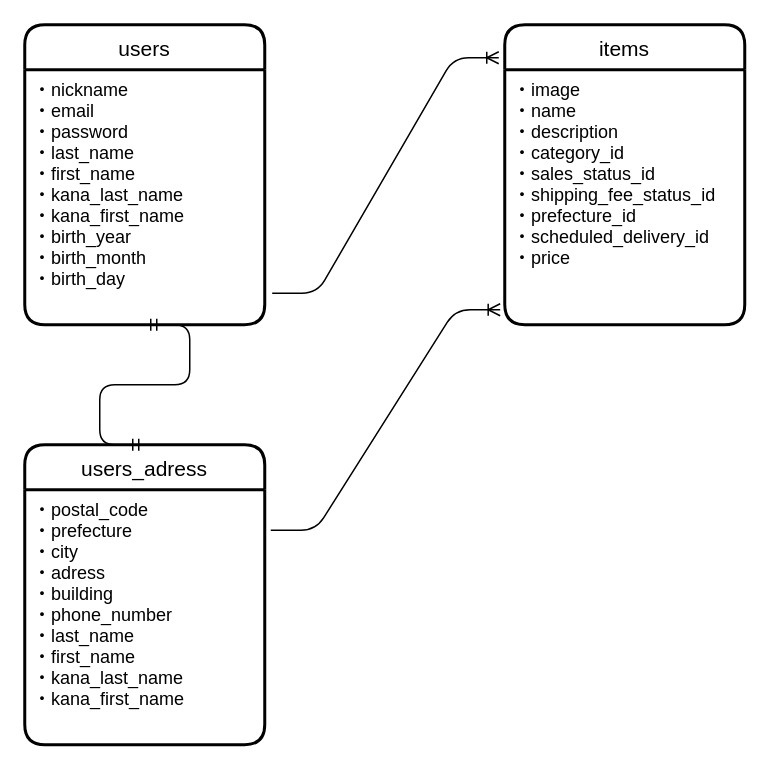
Above: er.dio in takao888/furima-33021 (draw.io), before the change. Source tidied: cells renumbered, new cells numbered last; positions are measured from the earlier drawing's top-left corner, leaving out a move shared by most shapes. Both pictures are drawn from the tidied source at 150%, with x=0, y=0 at pixel (24, 24).
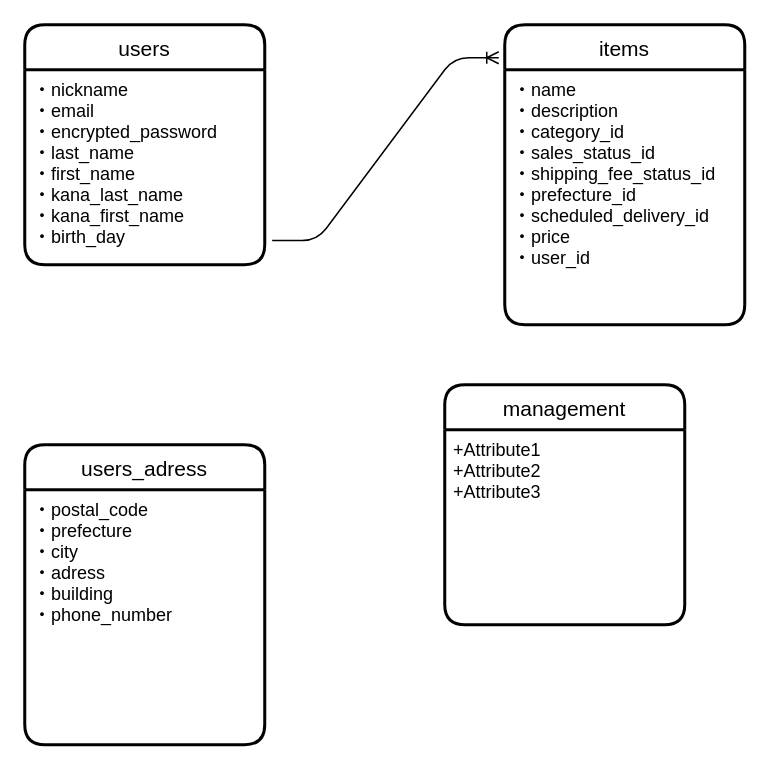
After the change.

Commit message (it also covers changes not shown here):
修正コミット

Diff of the diagram source:
```diff
@@
 <mxGraphModel>
   <root>
     <mxCell id="0" />
     <mxCell id="1" parent="0" />
     <mxCell id="2" value="users" style="swimlane;horizontal=1;startSize=30;rounded=1;fontSize=14;fontStyle=0;strokeWidth=2;shadow=0;dashed=0;align=center;" parent="1" vertex="1">
-      <mxGeometry width="160" height="200" as="geometry" />
+      <mxGeometry width="160" height="160" as="geometry" />
     </mxCell>
-    <mxCell id="3" value="・nickname&#10;・email&#10;・password&#10;・last_name&#10;・first_name&#10;・kana_last_name&#10;・kana_first_name&#10;・birth_year&#10;・birth_month&#10;・birth_day" style="align=left;strokeColor=none;fillColor=none;spacingLeft=4;fontSize=12;verticalAlign=top;" parent="2" vertex="1">
-      <mxGeometry y="30" width="160" height="170" as="geometry" />
+    <mxCell id="3" value="・nickname&#10;・email&#10;・encrypted_password&#10;・last_name&#10;・first_name&#10;・kana_last_name&#10;・kana_first_name&#10;・birth_day" style="align=left;strokeColor=none;fillColor=none;spacingLeft=4;fontSize=12;verticalAlign=top;" parent="2" vertex="1">
+      <mxGeometry y="30" width="160" height="130" as="geometry" />
     </mxCell>
     <mxCell id="4" value="items" style="swimlane;horizontal=1;startSize=30;rounded=1;fontSize=14;fontStyle=0;strokeWidth=2;shadow=0;dashed=0;align=center;" parent="1" vertex="1">
       <mxGeometry x="320" width="160" height="200" as="geometry" />
     </mxCell>
-    <mxCell id="5" value="・image&#10;・name&#10;・description&#10;・category_id&#10;・sales_status_id&#10;・shipping_fee_status_id&#10;・prefecture_id&#10;・scheduled_delivery_id&#10;・price" style="align=left;strokeColor=none;fillColor=none;spacingLeft=4;fontSize=12;verticalAlign=top;" parent="4" vertex="1">
+    <mxCell id="5" value="・name&#10;・description&#10;・category_id&#10;・sales_status_id&#10;・shipping_fee_status_id&#10;・prefecture_id&#10;・scheduled_delivery_id&#10;・price&#10;・user_id" style="align=left;strokeColor=none;fillColor=none;spacingLeft=4;fontSize=12;verticalAlign=top;" parent="4" vertex="1">
       <mxGeometry y="30" width="160" height="170" as="geometry" />
     </mxCell>
     <mxCell id="6" style="edgeStyle=entityRelationEdgeStyle;fontSize=12;html=1;endArrow=ERoneToMany;exitX=1.031;exitY=0.876;exitDx=0;exitDy=0;exitPerimeter=0;entryX=-0.025;entryY=0.11;entryDx=0;entryDy=0;entryPerimeter=0;" parent="1" edge="1" source="3" target="4">
       <mxGeometry relative="1" as="geometry" />
     </mxCell>
     <mxCell id="7" value="users_adress" style="swimlane;horizontal=1;startSize=30;rounded=1;fontSize=14;fontStyle=0;strokeWidth=2;shadow=0;dashed=0;align=center;" parent="1" vertex="1">
       <mxGeometry y="280" width="160" height="200" as="geometry" />
     </mxCell>
-    <mxCell id="8" value="・postal_code&#10;・prefecture&#10;・city&#10;・adress&#10;・building&#10;・phone_number&#10;・last_name&#10;・first_name&#10;・kana_last_name&#10;・kana_first_name" style="align=left;strokeColor=none;fillColor=none;spacingLeft=4;fontSize=12;verticalAlign=top;" parent="7" vertex="1">
+    <mxCell id="8" value="・postal_code&#10;・prefecture&#10;・city&#10;・adress&#10;・building&#10;・phone_number&#10;" style="align=left;strokeColor=none;fillColor=none;spacingLeft=4;fontSize=12;verticalAlign=top;" parent="7" vertex="1">
       <mxGeometry y="30" width="160" height="170" as="geometry" />
     </mxCell>
-    <mxCell id="9" style="edgeStyle=entityRelationEdgeStyle;fontSize=12;html=1;endArrow=ERmandOne;startArrow=ERmandOne;exitX=0.5;exitY=0;exitDx=0;exitDy=0;entryX=0.5;entryY=1;entryDx=0;entryDy=0;" parent="1" edge="1" source="7" target="3">
-      <mxGeometry relative="1" as="geometry" />
-    </mxCell>
-    <mxCell id="10" style="edgeStyle=entityRelationEdgeStyle;fontSize=12;html=1;endArrow=ERoneToMany;exitX=1.025;exitY=0.159;exitDx=0;exitDy=0;exitPerimeter=0;entryX=-0.019;entryY=0.941;entryDx=0;entryDy=0;entryPerimeter=0;" parent="1" edge="1" source="8" target="5">
-      <mxGeometry relative="1" as="geometry" />
-    </mxCell>
+    <mxCell id="11" value="management" style="swimlane;horizontal=1;startSize=30;rounded=1;fontSize=14;fontStyle=0;strokeWidth=2;shadow=0;dashed=0;align=center;" parent="1" vertex="1">
+      <mxGeometry x="280" y="240" width="160" height="160" as="geometry" />
+    </mxCell>
+    <mxCell id="12" value="+Attribute1&#10;+Attribute2&#10;+Attribute3" style="align=left;strokeColor=none;fillColor=none;spacingLeft=4;fontSize=12;verticalAlign=top;" parent="11" vertex="1">
+      <mxGeometry y="30" width="160" height="130" as="geometry" />
+    </mxCell>
   </root>
 </mxGraphModel>
```
